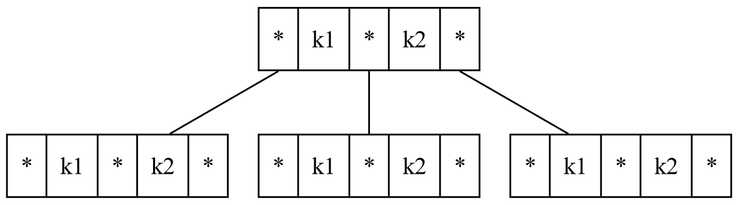
The Graphviz diagram notas/arbol/img/nodo_arbol_b.png in mjkloeckner/CB100, before a commit. Its source is kept beside it as notas/arbol/img/nodo_arbol_b.gv.
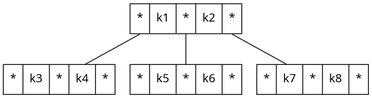
Later version of the same file.

Diff of the diagram source:
```diff
@@ -1,12 +1,13 @@
+
 graph Tree {
     rankdir=TB;
-    node [shape=record];
+    node [shape=record, fontname="sans"];
     splines=polyline;
 
     R [label= "{{<left>*|k1|<middle>*|k2|<right>*}}"];
-    A [label= "{{<left>*|k1|<middle>*|k2|<right>*}}"];
-    B [label= "{{<left>*|k1|<middle>*|k2|<right>*}}"];
-    C [label= "{{<left>*|k1|<middle>*|k2|<right>*}}"];
+    A [label= "{{<left>*|k3|<middle>*|k4|<right>*}}"];
+    B [label= "{{<left>*|k5|<middle>*|k6|<right>*}}"];
+    C [label= "{{<left>*|k7|<middle>*|k8|<right>*}}"];
 
     R:left -- A;
     R:middle -- B;
```
